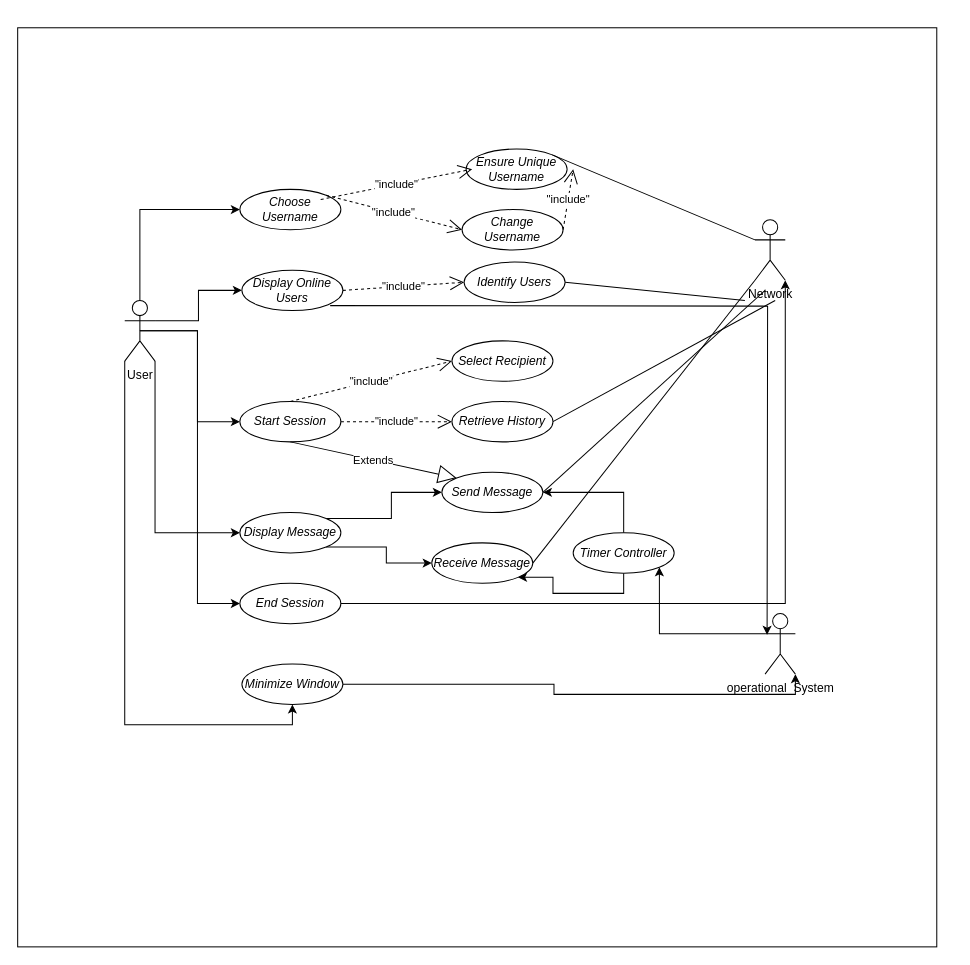
Before: Amin's IDEA.drawio in Dhahak-Amin/CHAT-SYSTEM, a draw.io diagram. Source tidied: cells renumbered, new cells numbered last; positions are measured from the earlier drawing's top-left corner, leaving out a move shared by most shapes. Both pictures are drawn from the tidied source at 101%, with x=0, y=0 at pixel (17, 27).
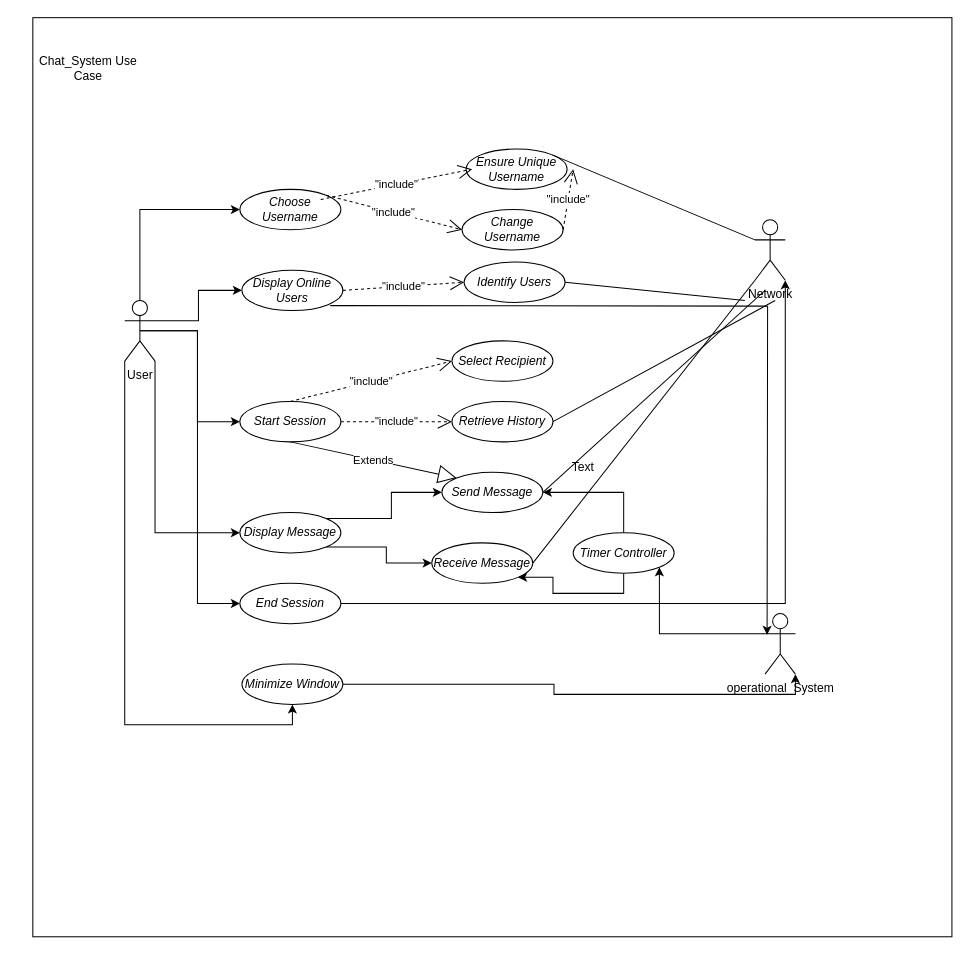
After the change.

Commit message (it also covers changes not shown here):
Mettre à jour Amin's IDEA.drawio

Diff of the diagram source:
```diff
@@
     <mxCell id="2" style="whiteSpace=wrap;html=1;" parent="1" vertex="1">
-      <mxGeometry width="910" height="910" as="geometry" />
+      <mxGeometry x="15" y="-10" width="910" height="910" as="geometry" />
     </mxCell>
@@
+    <mxCell id="46" value="Text" style="text;html=1;align=center;verticalAlign=middle;whiteSpace=wrap;rounded=0;" parent="1" vertex="1">
+      <mxGeometry x="530" y="420" width="60" height="30" as="geometry" />
+    </mxCell>
+    <mxCell id="47" value="Chat_System Use Case" style="text;html=1;align=center;verticalAlign=middle;whiteSpace=wrap;rounded=0;" parent="1" vertex="1">
+      <mxGeometry x="20" y="20" width="100" height="40" as="geometry" />
+    </mxCell>
```
